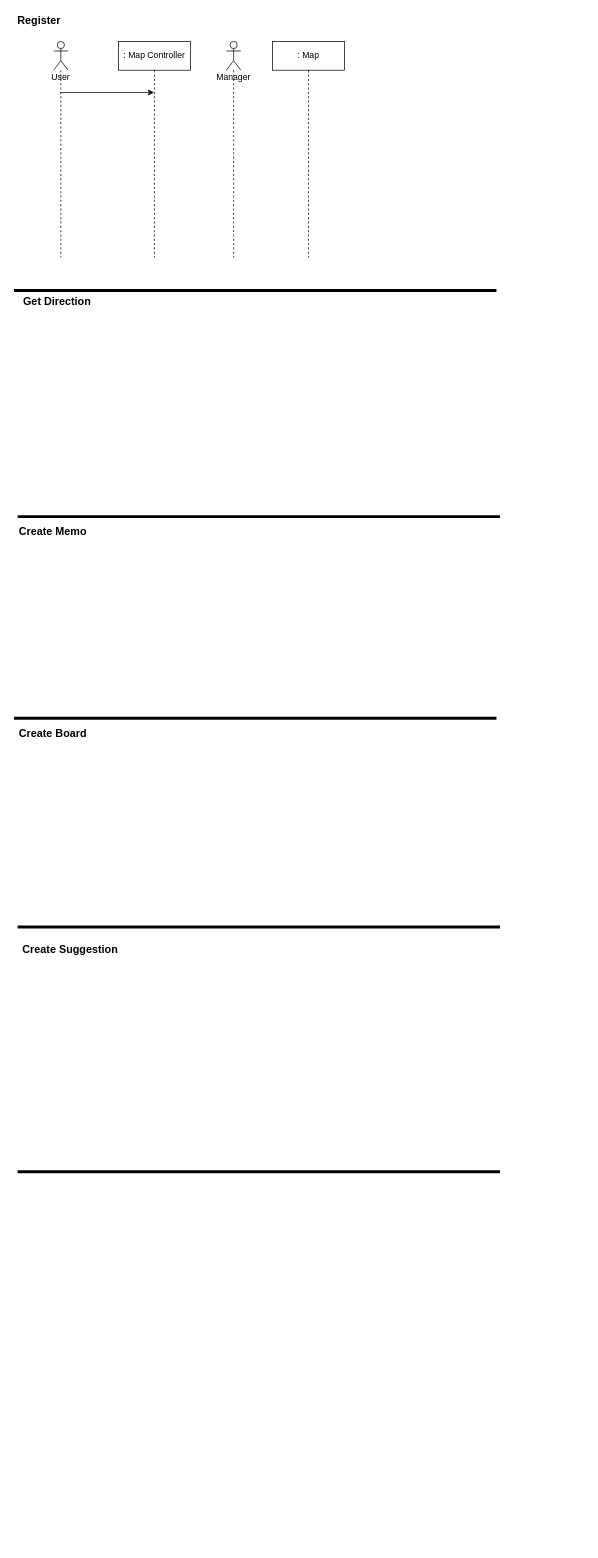
This is Soongsil Campus Map Sequence Diagram.drawio from tlfzgjadyd/SoftwareEngineering, a draw.io file, before an edit. Source tidied: cells renumbered, new cells numbered last; positions are measured from the earlier drawing's top-left corner, leaving out a move shared by most shapes. Both pictures are drawn from the tidied source at 72%, with x=0, y=0 at pixel (14, 12).
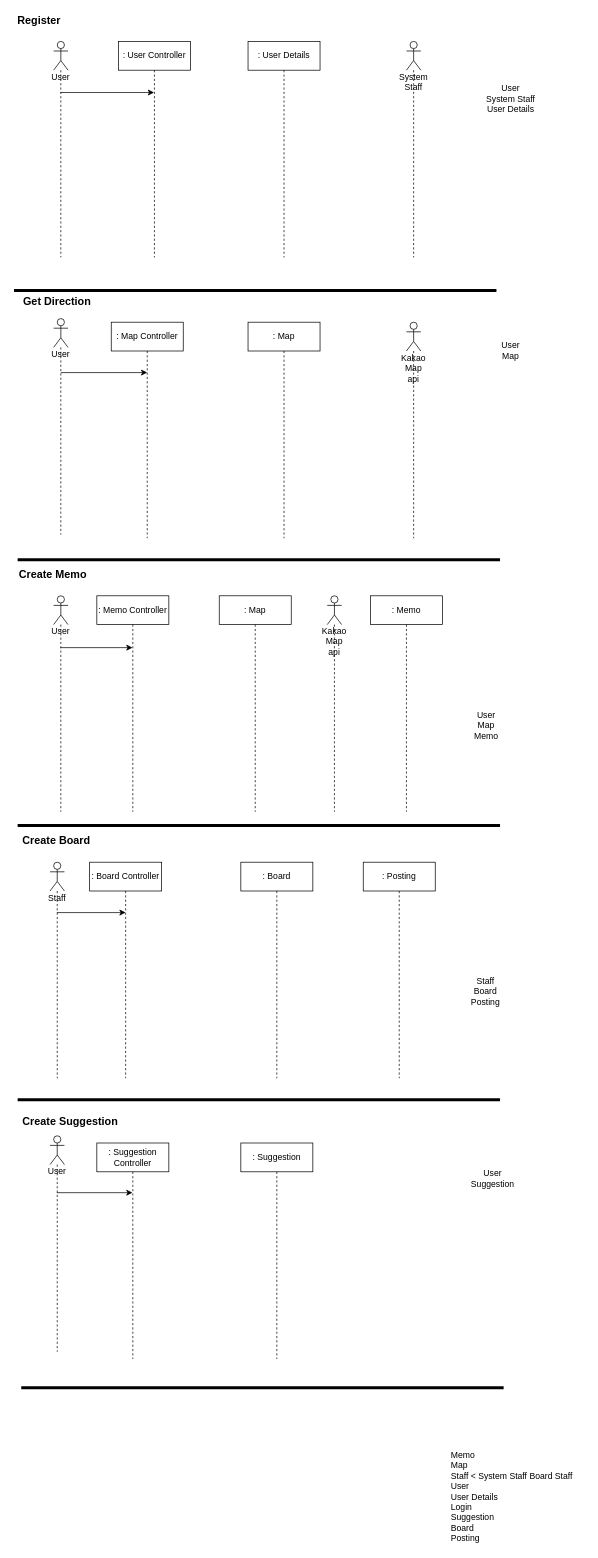
The same diagram, later.

Diff of the diagram source:
```diff
@@
-    <mxCell id="2" value=": Map Controller" style="shape=umlLifeline;perimeter=lifelinePerimeter;whiteSpace=wrap;html=1;" parent="1" vertex="1">
+    <mxCell id="2" value=": User Controller" style="shape=umlLifeline;perimeter=lifelinePerimeter;whiteSpace=wrap;html=1;" parent="1" vertex="1">
       <mxGeometry x="145" y="40" width="100" height="300" as="geometry" />
     </mxCell>
@@
-    <mxCell id="4" value=": Map" style="shape=umlLifeline;perimeter=lifelinePerimeter;whiteSpace=wrap;html=1;" parent="1" vertex="1">
-      <mxGeometry x="359" y="40" width="100" height="300" as="geometry" />
-    </mxCell>
@@
-    <mxCell id="6" value="Manager" style="shape=umlLifeline;participant=umlActor;perimeter=lifelinePerimeter;whiteSpace=wrap;html=1;verticalAlign=top;spacingTop=36;" parent="1" vertex="1">
-      <mxGeometry x="295" y="40" width="20" height="300" as="geometry" />
-    </mxCell>
@@
     <mxCell id="9" style="endArrow=none;html=1;strokeWidth=4;" parent="1" edge="1">
       <mxGeometry relative="1" as="geometry">
-        <mxPoint x="5" y="700" as="sourcePoint" />
-        <mxPoint x="675" y="700" as="targetPoint" />
+        <mxPoint x="5" y="760" as="sourcePoint" />
+        <mxPoint x="675" y="760" as="targetPoint" />
       </mxGeometry>
     </mxCell>
@@
     <mxCell id="11" style="endArrow=none;html=1;strokeWidth=4;" parent="1" edge="1">
       <mxGeometry relative="1" as="geometry">
-        <mxPoint y="980" as="sourcePoint" />
-        <mxPoint x="670" y="980" as="targetPoint" />
+        <mxPoint x="5" y="1129" as="sourcePoint" />
+        <mxPoint x="675" y="1129" as="targetPoint" />
       </mxGeometry>
     </mxCell>
     <mxCell id="12" value="&lt;b&gt;&lt;font style=&quot;font-size: 15px&quot;&gt;Create Memo&lt;/font&gt;&lt;/b&gt;" style="text;html=1;strokeColor=none;fillColor=none;align=left;verticalAlign=middle;whiteSpace=wrap;rounded=0;" parent="1" vertex="1">
-      <mxGeometry x="5" y="710" width="110" height="20" as="geometry" />
+      <mxGeometry x="5" y="770" width="110" height="20" as="geometry" />
     </mxCell>
     <mxCell id="13" style="endArrow=none;html=1;strokeWidth=4;" parent="1" edge="1">
       <mxGeometry relative="1" as="geometry">
-        <mxPoint x="5" y="1270" as="sourcePoint" />
-        <mxPoint x="675" y="1270" as="targetPoint" />
+        <mxPoint x="5" y="1510" as="sourcePoint" />
+        <mxPoint x="675" y="1510" as="targetPoint" />
       </mxGeometry>
     </mxCell>
@@
     <mxCell id="15" value="&lt;span style=&quot;font-size: 15px&quot;&gt;&lt;b&gt;Create Board&lt;/b&gt;&lt;/span&gt;" style="text;html=1;strokeColor=none;fillColor=none;align=left;verticalAlign=middle;whiteSpace=wrap;rounded=0;" parent="1" vertex="1">
-      <mxGeometry x="5" y="990" width="110" height="20" as="geometry" />
+      <mxGeometry x="10" y="1139" width="110" height="20" as="geometry" />
     </mxCell>
     <mxCell id="16" value="&lt;span style=&quot;font-size: 15px&quot;&gt;&lt;b&gt;Create Suggestion&lt;/b&gt;&lt;/span&gt;" style="text;html=1;strokeColor=none;fillColor=none;align=left;verticalAlign=middle;whiteSpace=wrap;rounded=0;" parent="1" vertex="1">
-      <mxGeometry x="10" y="1290" width="135" height="20" as="geometry" />
+      <mxGeometry x="10" y="1530" width="135" height="20" as="geometry" />
     </mxCell>
     <mxCell id="17" style="endArrow=none;html=1;strokeWidth=4;" parent="1" edge="1">
       <mxGeometry relative="1" as="geometry">
-        <mxPoint x="5" y="1610" as="sourcePoint" />
-        <mxPoint x="675" y="1610" as="targetPoint" />
+        <mxPoint x="10" y="1910" as="sourcePoint" />
+        <mxPoint x="680" y="1910" as="targetPoint" />
       </mxGeometry>
     </mxCell>
+    <mxCell id="18" value="Memo&#10;Map&#10;Staff &lt; System Staff Board Staff&#10;User&#10;User Details&#10;Login&#10;Suggestion&#10;Board&#10;Posting" style="text;whiteSpace=wrap;html=1;" parent="1" vertex="1">
+      <mxGeometry x="605" y="1990" width="190" height="140" as="geometry" />
+    </mxCell>
+    <mxCell id="19" value="User&lt;br&gt;System Staff&lt;br&gt;User Details" style="text;html=1;strokeColor=none;fillColor=none;align=center;verticalAlign=middle;whiteSpace=wrap;rounded=0;" parent="1" vertex="1">
+      <mxGeometry x="640" y="110" width="100" height="20" as="geometry" />
+    </mxCell>
+    <mxCell id="20" value=": User Details" style="shape=umlLifeline;perimeter=lifelinePerimeter;whiteSpace=wrap;html=1;" parent="1" vertex="1">
+      <mxGeometry x="325" y="40" width="100" height="300" as="geometry" />
+    </mxCell>
+    <mxCell id="21" value="User" style="shape=umlLifeline;participant=umlActor;perimeter=lifelinePerimeter;whiteSpace=wrap;html=1;verticalAlign=top;spacingTop=36;" parent="1" vertex="1">
+      <mxGeometry x="55" y="425" width="20" height="300" as="geometry" />
+    </mxCell>
+    <mxCell id="22" value="User" style="shape=umlLifeline;participant=umlActor;perimeter=lifelinePerimeter;whiteSpace=wrap;html=1;verticalAlign=top;spacingTop=36;" parent="1" vertex="1">
+      <mxGeometry x="55" y="810" width="20" height="300" as="geometry" />
+    </mxCell>
+    <mxCell id="23" value="Staff" style="shape=umlLifeline;participant=umlActor;perimeter=lifelinePerimeter;whiteSpace=wrap;html=1;verticalAlign=top;spacingTop=36;outlineConnect=0;" parent="1" vertex="1">
+      <mxGeometry x="50" y="1180" width="20" height="300" as="geometry" />
+    </mxCell>
+    <mxCell id="24" value="User" style="shape=umlLifeline;participant=umlActor;perimeter=lifelinePerimeter;whiteSpace=wrap;html=1;verticalAlign=top;spacingTop=36;" parent="1" vertex="1">
+      <mxGeometry x="50" y="1560" width="20" height="300" as="geometry" />
+    </mxCell>
+    <mxCell id="25" value="User&lt;br&gt;Map" style="text;html=1;strokeColor=none;fillColor=none;align=center;verticalAlign=middle;whiteSpace=wrap;rounded=0;" parent="1" vertex="1">
+      <mxGeometry x="640" y="460" width="100" height="20" as="geometry" />
+    </mxCell>
+    <mxCell id="26" value=": Map Controller" style="shape=umlLifeline;perimeter=lifelinePerimeter;whiteSpace=wrap;html=1;" parent="1" vertex="1">
+      <mxGeometry x="135" y="430" width="100" height="300" as="geometry" />
+    </mxCell>
+    <mxCell id="27" value=": Map" style="shape=umlLifeline;perimeter=lifelinePerimeter;whiteSpace=wrap;html=1;" parent="1" vertex="1">
+      <mxGeometry x="325" y="430" width="100" height="300" as="geometry" />
+    </mxCell>
+    <mxCell id="28" value="User&lt;br&gt;Map&lt;br&gt;Memo" style="text;html=1;strokeColor=none;fillColor=none;align=center;verticalAlign=middle;whiteSpace=wrap;rounded=0;" parent="1" vertex="1">
+      <mxGeometry x="606" y="980" width="100" height="20" as="geometry" />
+    </mxCell>
+    <mxCell id="29" value=": Memo Controller" style="shape=umlLifeline;perimeter=lifelinePerimeter;whiteSpace=wrap;html=1;" parent="1" vertex="1">
+      <mxGeometry x="115" y="810" width="100" height="300" as="geometry" />
+    </mxCell>
+    <mxCell id="30" value=": Map" style="shape=umlLifeline;perimeter=lifelinePerimeter;whiteSpace=wrap;html=1;" parent="1" vertex="1">
+      <mxGeometry x="285" y="810" width="100" height="300" as="geometry" />
+    </mxCell>
+    <mxCell id="31" value=": Memo" style="shape=umlLifeline;perimeter=lifelinePerimeter;whiteSpace=wrap;html=1;" parent="1" vertex="1">
+      <mxGeometry x="495" y="810" width="100" height="300" as="geometry" />
+    </mxCell>
+    <mxCell id="32" value="Kakao Map api" style="shape=umlLifeline;participant=umlActor;perimeter=lifelinePerimeter;whiteSpace=wrap;html=1;verticalAlign=top;spacingTop=36;" parent="1" vertex="1">
+      <mxGeometry x="545" y="430" width="20" height="300" as="geometry" />
+    </mxCell>
+    <mxCell id="33" value="Staff&lt;br&gt;Board&lt;br&gt;Posting" style="text;html=1;strokeColor=none;fillColor=none;align=center;verticalAlign=middle;whiteSpace=wrap;rounded=0;" parent="1" vertex="1">
+      <mxGeometry x="605" y="1350" width="100" height="20" as="geometry" />
+    </mxCell>
+    <mxCell id="34" value="User&lt;br&gt;Suggestion" style="text;html=1;strokeColor=none;fillColor=none;align=center;verticalAlign=middle;whiteSpace=wrap;rounded=0;" parent="1" vertex="1">
+      <mxGeometry x="615" y="1610" width="100" height="20" as="geometry" />
+    </mxCell>
+    <mxCell id="35" value=": Board Controller" style="shape=umlLifeline;perimeter=lifelinePerimeter;whiteSpace=wrap;html=1;" parent="1" vertex="1">
+      <mxGeometry x="105" y="1180" width="100" height="300" as="geometry" />
+    </mxCell>
+    <mxCell id="36" value=": Board" style="shape=umlLifeline;perimeter=lifelinePerimeter;whiteSpace=wrap;html=1;" parent="1" vertex="1">
+      <mxGeometry x="315" y="1180" width="100" height="300" as="geometry" />
+    </mxCell>
+    <mxCell id="37" value=": Suggestion Controller" style="shape=umlLifeline;perimeter=lifelinePerimeter;whiteSpace=wrap;html=1;" parent="1" vertex="1">
+      <mxGeometry x="115" y="1570" width="100" height="300" as="geometry" />
+    </mxCell>
+    <mxCell id="38" value=": Suggestion" style="shape=umlLifeline;perimeter=lifelinePerimeter;whiteSpace=wrap;html=1;" parent="1" vertex="1">
+      <mxGeometry x="315" y="1570" width="100" height="300" as="geometry" />
+    </mxCell>
+    <mxCell id="39" value="System Staff" style="shape=umlLifeline;participant=umlActor;perimeter=lifelinePerimeter;whiteSpace=wrap;html=1;verticalAlign=top;spacingTop=36;" parent="1" vertex="1">
+      <mxGeometry x="545" y="40" width="20" height="300" as="geometry" />
+    </mxCell>
+    <mxCell id="40" value=": Posting" style="shape=umlLifeline;perimeter=lifelinePerimeter;whiteSpace=wrap;html=1;" parent="1" vertex="1">
+      <mxGeometry x="485" y="1180" width="100" height="300" as="geometry" />
+    </mxCell>
+    <mxCell id="41" value="Kakao Map api" style="shape=umlLifeline;participant=umlActor;perimeter=lifelinePerimeter;whiteSpace=wrap;html=1;verticalAlign=top;spacingTop=36;" parent="1" vertex="1">
+      <mxGeometry x="435" y="810" width="20" height="300" as="geometry" />
+    </mxCell>
+    <mxCell id="42" style="endArrow=classic;html=1;" parent="1" edge="1">
+      <mxGeometry relative="1" as="geometry">
+        <mxPoint x="65" y="500" as="sourcePoint" />
+        <mxPoint x="185" y="500" as="targetPoint" />
+      </mxGeometry>
+    </mxCell>
+    <mxCell id="43" style="endArrow=classic;html=1;" parent="1" edge="1">
+      <mxGeometry relative="1" as="geometry">
+        <mxPoint x="64.5" y="882" as="sourcePoint" />
+        <mxPoint x="164.5" y="882" as="targetPoint" />
+      </mxGeometry>
+    </mxCell>
+    <mxCell id="44" style="endArrow=classic;html=1;" parent="1" edge="1" source="23">
+      <mxGeometry relative="1" as="geometry">
+        <mxPoint x="155" y="1250" as="targetPoint" />
+      </mxGeometry>
+    </mxCell>
+    <mxCell id="45" style="endArrow=classic;html=1;" parent="1" edge="1">
+      <mxGeometry relative="1" as="geometry">
+        <mxPoint x="59.5" y="1639" as="sourcePoint" />
+        <mxPoint x="164.5" y="1639" as="targetPoint" />
+      </mxGeometry>
+    </mxCell>
```
